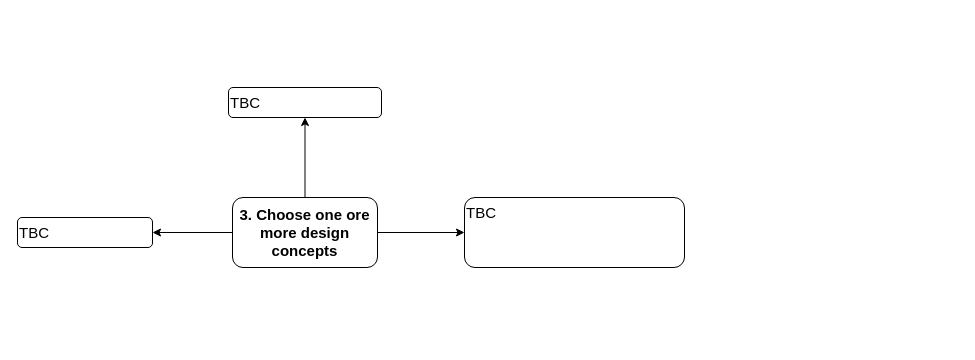
Gaur4vGaur/probable-octo keeps this draw.io diagram as page "3.DesignConcepts" (4 of 4) of SolutionArchitectureProcess.drawio. Above is the earlier version. Source tidied: cells renumbered, new cells numbered last; positions are measured from the earlier drawing's top-left corner, leaving out a move shared by most shapes. Both pictures are drawn from the tidied source at 100%, with x=0, y=0 at pixel (17, 87).
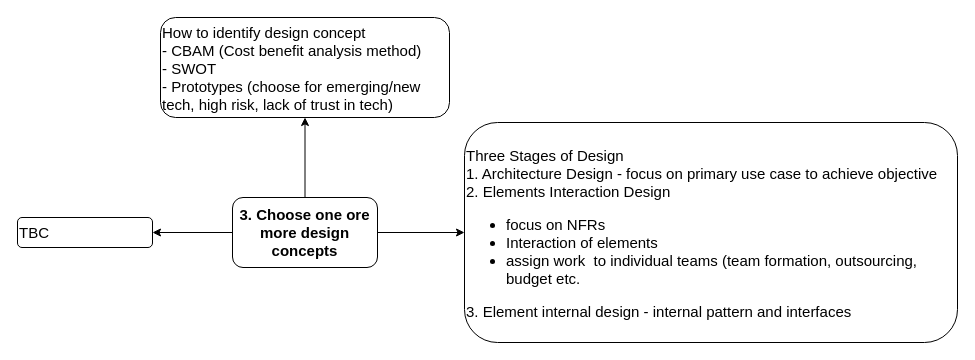
The same diagram, later.

What changed in the source:
```diff
@@
 <mxGraphModel>
   <root>
     <mxCell id="0" />
     <mxCell id="1" parent="0" />
     <mxCell id="2" style="edgeStyle=orthogonalEdgeStyle;rounded=0;jettySize=auto;html=1;fontFamily=Helvetica;fontSize=15;fontColor=default;" parent="1" edge="1" source="5" target="6">
       <mxGeometry relative="1" as="geometry" />
     </mxCell>
     <mxCell id="3" style="edgeStyle=orthogonalEdgeStyle;rounded=0;jettySize=auto;html=1;fontFamily=Helvetica;fontSize=15;fontColor=default;" parent="1" edge="1" source="5" target="7">
       <mxGeometry relative="1" as="geometry" />
     </mxCell>
     <mxCell id="4" style="edgeStyle=orthogonalEdgeStyle;rounded=0;jettySize=auto;html=1;fontFamily=Helvetica;fontSize=15;fontColor=default;" parent="1" edge="1" source="5" target="8">
       <mxGeometry relative="1" as="geometry" />
     </mxCell>
     <mxCell id="5" value="3. Choose one ore more design concepts" style="rounded=1;whiteSpace=wrap;html=1;fontSize=15;fontStyle=1;" parent="1" vertex="1">
       <mxGeometry x="215" y="110" width="145" height="70" as="geometry" />
     </mxCell>
     <mxCell id="6" value="&lt;span style=&quot;font-weight: normal;&quot;&gt;TBC&lt;br&gt;&lt;/span&gt;" style="whiteSpace=wrap;html=1;fontSize=15;rounded=1;fontStyle=1;align=left;verticalAlign=top;" parent="1" vertex="1">
       <mxGeometry y="130" width="135" height="30" as="geometry" />
     </mxCell>
-    <mxCell id="7" value="TBC" style="whiteSpace=wrap;html=1;fontSize=15;rounded=1;fontStyle=0;align=left;verticalAlign=top;" parent="1" vertex="1">
-      <mxGeometry x="211" width="153" height="30" as="geometry" />
+    <mxCell id="7" value="How to identify design concept&lt;br&gt;- CBAM (Cost benefit analysis method)&lt;br&gt;- SWOT&lt;br&gt;- Prototypes (choose for emerging/new tech, high risk, lack of trust in tech)" style="whiteSpace=wrap;html=1;fontSize=15;rounded=1;fontStyle=0;align=left;verticalAlign=top;" parent="1" vertex="1">
+      <mxGeometry x="143" y="-70" width="289" height="100" as="geometry" />
     </mxCell>
-    <mxCell id="8" value="&lt;span style=&quot;font-weight: normal;&quot;&gt;TBC&lt;br&gt;&lt;/span&gt;" style="whiteSpace=wrap;html=1;fontSize=15;rounded=1;fontStyle=1;align=left;verticalAlign=top;" parent="1" vertex="1">
-      <mxGeometry x="447" y="110" width="220" height="70" as="geometry" />
+    <mxCell id="8" value="&lt;span style=&quot;font-weight: normal;&quot;&gt;&lt;br&gt;Three Stages of Design&lt;br&gt;1. Architecture Design - focus on primary use case to achieve objective&lt;br&gt;2. Elements Interaction Design&lt;br&gt;&lt;ul&gt;&lt;li&gt;&lt;span style=&quot;font-weight: normal;&quot;&gt;focus on NFRs&lt;/span&gt;&lt;/li&gt;&lt;li&gt;&lt;span style=&quot;font-weight: normal;&quot;&gt;Interaction of elements&lt;/span&gt;&lt;/li&gt;&lt;li&gt;&lt;span style=&quot;font-weight: normal;&quot;&gt;assign work&amp;nbsp; to individual teams (team formation, outsourcing, budget etc.&lt;/span&gt;&lt;/li&gt;&lt;/ul&gt;&lt;div&gt;3. Element internal design - internal pattern and interfaces&lt;/div&gt;&lt;/span&gt;" style="whiteSpace=wrap;html=1;fontSize=15;rounded=1;fontStyle=1;align=left;verticalAlign=top;" parent="1" vertex="1">
+      <mxGeometry x="447" y="35" width="493" height="220" as="geometry" />
     </mxCell>
   </root>
 </mxGraphModel>
```
